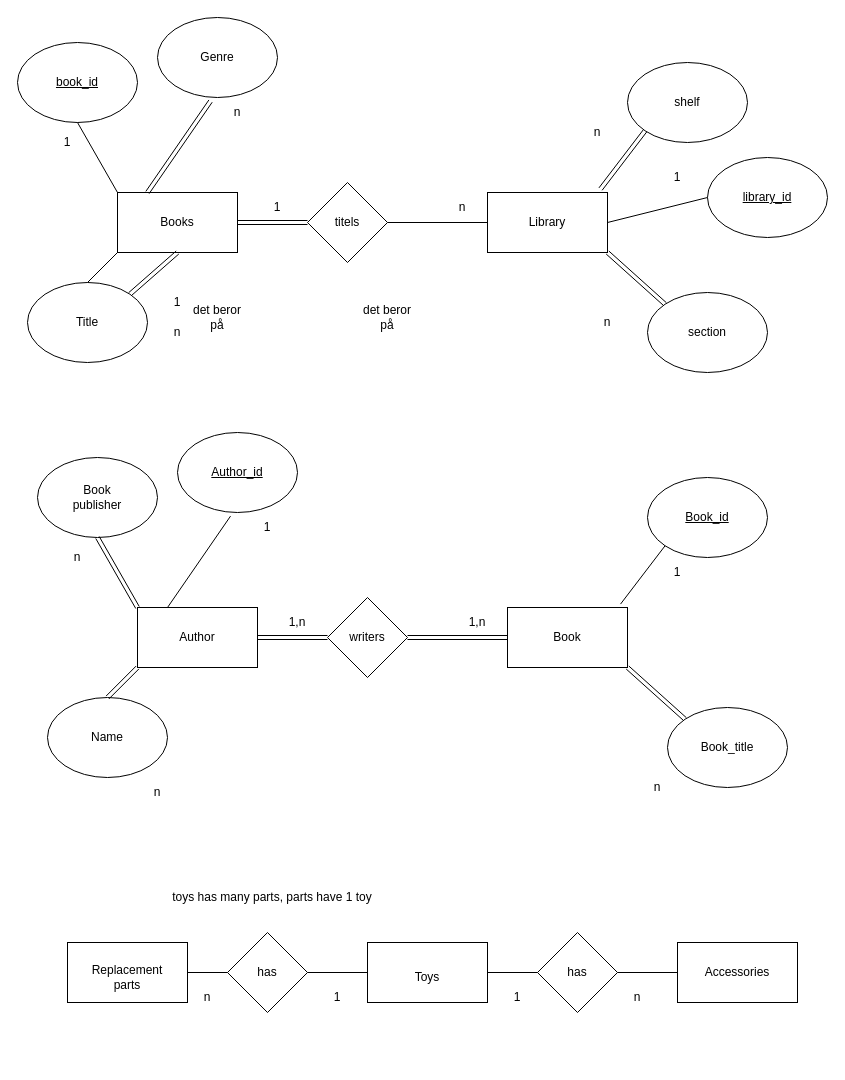
Before: n4d1.drawio in nscodechris/ER-modelling, a draw.io diagram. Source tidied: cells renumbered, new cells numbered last; positions are measured from the earlier drawing's top-left corner, leaving out a move shared by most shapes. Both pictures are drawn from the tidied source at 100%, with x=0, y=0 at pixel (17, 17).
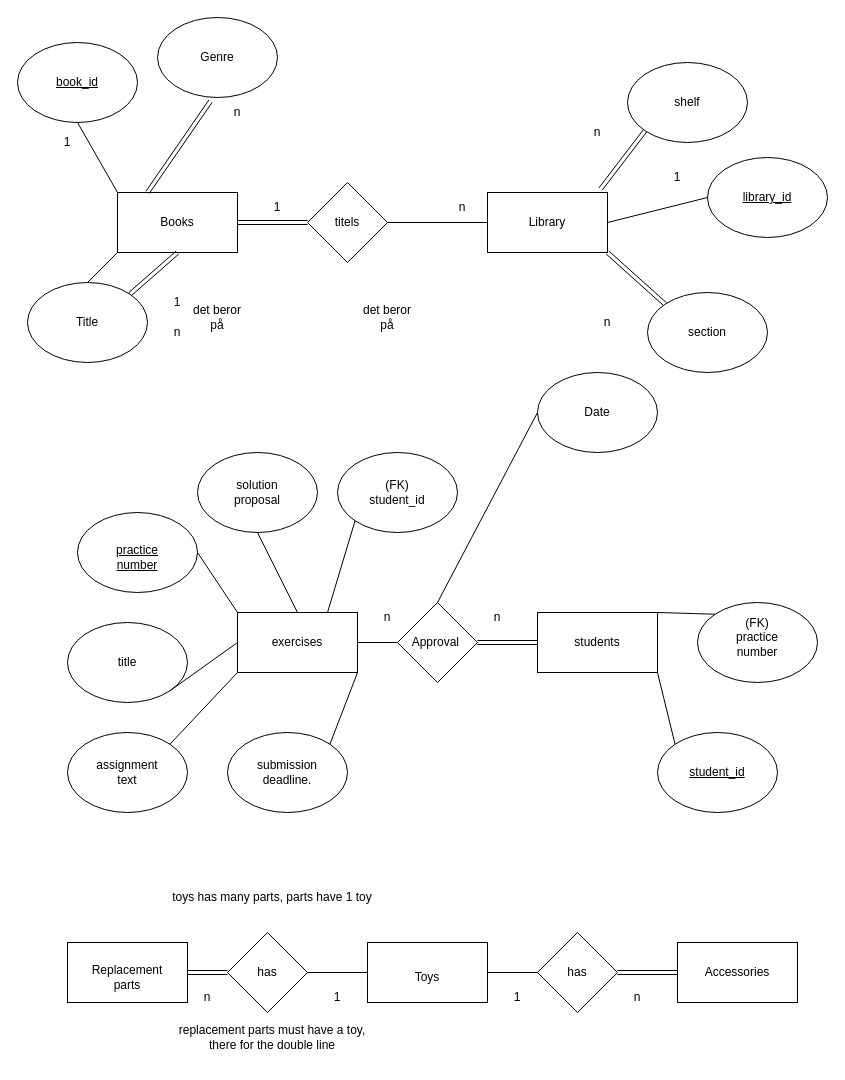
The same page after the edit.

The change refers to these unchanged cells:
```xml
<mxCell id="69" style="rhombus;whiteSpace=wrap;html=1;" parent="1" vertex="1">
  <mxGeometry x="210" y="915" width="80" height="80" as="geometry" />
</mxCell>
<mxCell id="70" style="rounded=0;whiteSpace=wrap;html=1;" parent="1" vertex="1">
  <mxGeometry x="50" y="925" width="120" height="60" as="geometry" />
</mxCell>
<mxCell id="71" style="rounded=0;whiteSpace=wrap;html=1;" parent="1" vertex="1">
  <mxGeometry x="660" y="925" width="120" height="60" as="geometry" />
</mxCell>
<mxCell id="73" style="rhombus;whiteSpace=wrap;html=1;" parent="1" vertex="1">
  <mxGeometry x="520" y="915" width="80" height="80" as="geometry" />
</mxCell>
```

Change to the diagram source:
```diff
@@
-    <mxCell id="25" style="rhombus;whiteSpace=wrap;html=1;" parent="1" vertex="1">
-      <mxGeometry x="310" y="580" width="80" height="80" as="geometry" />
-    </mxCell>
-    <mxCell id="26" style="ellipse;whiteSpace=wrap;html=1;" parent="1" vertex="1">
-      <mxGeometry x="20" y="440" width="120" height="80" as="geometry" />
-    </mxCell>
-    <mxCell id="27" style="endArrow=none;html=1;rounded=0;exitX=0;exitY=0.5;exitDx=0;exitDy=0;entryX=1;entryY=0.5;entryDx=0;entryDy=0;shape=link;" parent="1" edge="1" source="25" target="29">
-      <mxGeometry relative="1" as="geometry" />
-    </mxCell>
-    <mxCell id="28" style="endArrow=none;html=1;rounded=0;entryX=1;entryY=0.5;entryDx=0;entryDy=0;exitX=0;exitY=0.5;exitDx=0;exitDy=0;shape=link;" parent="1" edge="1" source="34" target="25">
-      <mxGeometry relative="1" as="geometry" />
-    </mxCell>
-    <mxCell id="29" style="rounded=0;whiteSpace=wrap;html=1;" parent="1" vertex="1">
-      <mxGeometry x="120" y="590" width="120" height="60" as="geometry" />
-    </mxCell>
-    <mxCell id="30" style="ellipse;whiteSpace=wrap;html=1;" parent="1" vertex="1">
-      <mxGeometry x="630" y="460" width="120" height="80" as="geometry" />
-    </mxCell>
-    <mxCell id="31" style="endArrow=none;html=1;rounded=0;exitX=0;exitY=0;exitDx=0;exitDy=0;entryX=0.5;entryY=1;entryDx=0;entryDy=0;shape=link;" parent="1" edge="1" source="29" target="26">
-      <mxGeometry relative="1" as="geometry" />
-    </mxCell>
-    <mxCell id="32" style="ellipse;whiteSpace=wrap;html=1;" parent="1" vertex="1">
-      <mxGeometry x="30" y="680" width="120" height="80" as="geometry" />
-    </mxCell>
-    <mxCell id="33" style="endArrow=none;html=1;rounded=0;entryX=0;entryY=1;entryDx=0;entryDy=0;exitX=0.5;exitY=0;exitDx=0;exitDy=0;shape=link;" parent="1" edge="1" source="32" target="29">
-      <mxGeometry relative="1" as="geometry" />
-    </mxCell>
-    <mxCell id="34" style="rounded=0;whiteSpace=wrap;html=1;" parent="1" vertex="1">
-      <mxGeometry x="490" y="590" width="120" height="60" as="geometry" />
-    </mxCell>
-    <mxCell id="35" style="endArrow=none;html=1;rounded=0;exitX=0.942;exitY=-0.057;exitDx=0;exitDy=0;exitPerimeter=0;entryX=0;entryY=1;entryDx=0;entryDy=0;" parent="1" edge="1" source="34" target="30">
-      <mxGeometry relative="1" as="geometry" />
-    </mxCell>
-    <mxCell id="36" style="ellipse;whiteSpace=wrap;html=1;" parent="1" vertex="1">
-      <mxGeometry x="650" y="690" width="120" height="80" as="geometry" />
-    </mxCell>
-    <mxCell id="37" style="endArrow=none;html=1;rounded=0;entryX=1;entryY=1;entryDx=0;entryDy=0;exitX=0;exitY=0;exitDx=0;exitDy=0;shape=link;" parent="1" edge="1" source="36" target="34">
-      <mxGeometry relative="1" as="geometry" />
-    </mxCell>
-    <mxCell id="38" value="Book" style="text;html=1;strokeColor=none;fillColor=none;align=center;verticalAlign=middle;whiteSpace=wrap;rounded=0;" parent="1" vertex="1">
-      <mxGeometry x="520" y="605" width="60" height="30" as="geometry" />
-    </mxCell>
-    <mxCell id="39" value="Book publisher" style="text;html=1;strokeColor=none;fillColor=none;align=center;verticalAlign=middle;whiteSpace=wrap;rounded=0;" parent="1" vertex="1">
-      <mxGeometry x="50" y="465" width="60" height="30" as="geometry" />
-    </mxCell>
-    <mxCell id="40" value="&lt;u&gt;Book_id&lt;/u&gt;" style="text;html=1;strokeColor=none;fillColor=none;align=center;verticalAlign=middle;whiteSpace=wrap;rounded=0;" parent="1" vertex="1">
-      <mxGeometry x="660" y="485" width="60" height="30" as="geometry" />
-    </mxCell>
-    <mxCell id="41" value="Name" style="text;html=1;strokeColor=none;fillColor=none;align=center;verticalAlign=middle;whiteSpace=wrap;rounded=0;" parent="1" vertex="1">
-      <mxGeometry x="60" y="705" width="60" height="30" as="geometry" />
-    </mxCell>
-    <mxCell id="42" value="Author" style="text;html=1;strokeColor=none;fillColor=none;align=center;verticalAlign=middle;whiteSpace=wrap;rounded=0;" parent="1" vertex="1">
-      <mxGeometry x="150" y="605" width="60" height="30" as="geometry" />
-    </mxCell>
-    <mxCell id="43" value="writers" style="text;html=1;strokeColor=none;fillColor=none;align=center;verticalAlign=middle;whiteSpace=wrap;rounded=0;" parent="1" vertex="1">
-      <mxGeometry x="320" y="605" width="60" height="30" as="geometry" />
-    </mxCell>
-    <mxCell id="44" value="Book_title" style="text;html=1;strokeColor=none;fillColor=none;align=center;verticalAlign=middle;whiteSpace=wrap;rounded=0;" parent="1" vertex="1">
-      <mxGeometry x="680" y="715" width="60" height="30" as="geometry" />
-    </mxCell>
-    <mxCell id="45" style="ellipse;whiteSpace=wrap;html=1;gradientColor=none;" parent="1" vertex="1">
-      <mxGeometry x="160" y="415" width="120" height="80" as="geometry" />
-    </mxCell>
-    <mxCell id="46" value="&lt;u&gt;Author_id&lt;/u&gt;" style="text;html=1;strokeColor=none;fillColor=none;align=center;verticalAlign=middle;whiteSpace=wrap;rounded=0;" parent="1" vertex="1">
-      <mxGeometry x="190" y="440" width="60" height="30" as="geometry" />
-    </mxCell>
-    <mxCell id="47" style="endArrow=none;html=1;rounded=0;entryX=0.442;entryY=1.045;entryDx=0;entryDy=0;entryPerimeter=0;exitX=0.25;exitY=0;exitDx=0;exitDy=0;" parent="1" edge="1" source="29" target="45">
-      <mxGeometry relative="1" as="geometry" />
-    </mxCell>
@@
-    <mxCell id="53" value="1,n" style="text;html=1;strokeColor=none;fillColor=none;align=center;verticalAlign=middle;whiteSpace=wrap;rounded=0;" parent="1" vertex="1">
-      <mxGeometry x="250" y="590" width="60" height="30" as="geometry" />
-    </mxCell>
-    <mxCell id="54" value="1,n" style="text;html=1;strokeColor=none;fillColor=none;align=center;verticalAlign=middle;whiteSpace=wrap;rounded=0;" parent="1" vertex="1">
-      <mxGeometry x="430" y="590" width="60" height="30" as="geometry" />
-    </mxCell>
@@
-    <mxCell id="63" value="n" style="text;html=1;strokeColor=none;fillColor=none;align=center;verticalAlign=middle;whiteSpace=wrap;rounded=0;" parent="1" vertex="1">
-      <mxGeometry x="110" y="760" width="60" height="30" as="geometry" />
-    </mxCell>
-    <mxCell id="64" value="n" style="text;html=1;strokeColor=none;fillColor=none;align=center;verticalAlign=middle;whiteSpace=wrap;rounded=0;" parent="1" vertex="1">
-      <mxGeometry x="30" y="525" width="60" height="30" as="geometry" />
-    </mxCell>
-    <mxCell id="65" value="n" style="text;html=1;strokeColor=none;fillColor=none;align=center;verticalAlign=middle;whiteSpace=wrap;rounded=0;" parent="1" vertex="1">
-      <mxGeometry x="610" y="755" width="60" height="30" as="geometry" />
-    </mxCell>
-    <mxCell id="66" value="1" style="text;html=1;strokeColor=none;fillColor=none;align=center;verticalAlign=middle;whiteSpace=wrap;rounded=0;" parent="1" vertex="1">
-      <mxGeometry x="220" y="495" width="60" height="30" as="geometry" />
-    </mxCell>
-    <mxCell id="67" value="1" style="text;html=1;strokeColor=none;fillColor=none;align=center;verticalAlign=middle;whiteSpace=wrap;rounded=0;" parent="1" vertex="1">
-      <mxGeometry x="630" y="540" width="60" height="30" as="geometry" />
-    </mxCell>
@@
-    <mxCell id="77" style="endArrow=none;html=1;rounded=0;entryX=0;entryY=0.5;entryDx=0;entryDy=0;exitX=1;exitY=0.5;exitDx=0;exitDy=0;" parent="1" edge="1" source="70" target="69">
+    <mxCell id="77" style="endArrow=none;html=1;rounded=0;entryX=0;entryY=0.5;entryDx=0;entryDy=0;exitX=1;exitY=0.5;exitDx=0;exitDy=0;shape=link;" parent="1" edge="1" source="70" target="69">
       <mxGeometry relative="1" as="geometry" />
     </mxCell>
@@
-    <mxCell id="84" style="endArrow=none;html=1;rounded=0;entryX=0;entryY=0.5;entryDx=0;entryDy=0;exitX=1;exitY=0.5;exitDx=0;exitDy=0;" parent="1" edge="1" source="73" target="71">
+    <mxCell id="84" style="endArrow=none;html=1;rounded=0;entryX=0;entryY=0.5;entryDx=0;entryDy=0;exitX=1;exitY=0.5;exitDx=0;exitDy=0;shape=link;" parent="1" edge="1" source="73" target="71">
       <mxGeometry relative="1" as="geometry" />
     </mxCell>
@@
+    <mxCell id="89" value="replacement parts must have a toy, there for the double line" style="text;html=1;strokeColor=none;fillColor=none;align=center;verticalAlign=middle;whiteSpace=wrap;rounded=0;" parent="1" vertex="1">
+      <mxGeometry x="150" y="995" width="210" height="50" as="geometry" />
+    </mxCell>
+    <mxCell id="90" style="rounded=0;whiteSpace=wrap;html=1;" parent="1" vertex="1">
+      <mxGeometry x="220" y="595" width="120" height="60" as="geometry" />
+    </mxCell>
+    <mxCell id="91" style="rounded=0;whiteSpace=wrap;html=1;" parent="1" vertex="1">
+      <mxGeometry x="520" y="595" width="120" height="60" as="geometry" />
+    </mxCell>
+    <mxCell id="92" value="students" style="text;html=1;strokeColor=none;fillColor=none;align=center;verticalAlign=middle;whiteSpace=wrap;rounded=0;" parent="1" vertex="1">
+      <mxGeometry x="550" y="610" width="60" height="30" as="geometry" />
+    </mxCell>
+    <mxCell id="93" value="exercises" style="text;html=1;strokeColor=none;fillColor=none;align=center;verticalAlign=middle;whiteSpace=wrap;rounded=0;" parent="1" vertex="1">
+      <mxGeometry x="250" y="610" width="60" height="30" as="geometry" />
+    </mxCell>
+    <mxCell id="94" style="endArrow=none;html=1;rounded=0;entryX=0;entryY=0.5;entryDx=0;entryDy=0;exitX=1;exitY=0.5;exitDx=0;exitDy=0;shape=link;" parent="1" edge="1" target="91">
+      <mxGeometry relative="1" as="geometry">
+        <mxPoint x="460" y="625" as="sourcePoint" />
+      </mxGeometry>
+    </mxCell>
+    <mxCell id="95" style="rhombus;whiteSpace=wrap;html=1;" parent="1" vertex="1">
+      <mxGeometry x="380" y="585" width="80" height="80" as="geometry" />
+    </mxCell>
+    <mxCell id="96" style="ellipse;whiteSpace=wrap;html=1;" parent="1" vertex="1">
+      <mxGeometry x="60" y="495" width="120" height="80" as="geometry" />
+    </mxCell>
+    <mxCell id="97" value="&lt;u&gt;practice number&lt;/u&gt;" style="text;html=1;strokeColor=none;fillColor=none;align=center;verticalAlign=middle;whiteSpace=wrap;rounded=0;" parent="1" vertex="1">
+      <mxGeometry x="90" y="525" width="60" height="30" as="geometry" />
+    </mxCell>
+    <mxCell id="98" style="endArrow=none;html=1;rounded=0;entryX=0;entryY=0.5;entryDx=0;entryDy=0;exitX=1;exitY=0.5;exitDx=0;exitDy=0;" parent="1" edge="1" source="90" target="95">
+      <mxGeometry relative="1" as="geometry" />
+    </mxCell>
+    <mxCell id="99" style="endArrow=none;html=1;rounded=0;exitX=1;exitY=0.5;exitDx=0;exitDy=0;entryX=0;entryY=0;entryDx=0;entryDy=0;" parent="1" edge="1" source="96" target="90">
+      <mxGeometry relative="1" as="geometry" />
+    </mxCell>
+    <mxCell id="100" style="ellipse;whiteSpace=wrap;html=1;" parent="1" vertex="1">
+      <mxGeometry x="50" y="605" width="120" height="80" as="geometry" />
+    </mxCell>
+    <mxCell id="101" value="title" style="text;html=1;strokeColor=none;fillColor=none;align=center;verticalAlign=middle;whiteSpace=wrap;rounded=0;" parent="1" vertex="1">
+      <mxGeometry x="80" y="630" width="60" height="30" as="geometry" />
+    </mxCell>
+    <mxCell id="102" value="n" style="text;html=1;strokeColor=none;fillColor=none;align=center;verticalAlign=middle;whiteSpace=wrap;rounded=0;" parent="1" vertex="1">
+      <mxGeometry x="340" y="585" width="60" height="30" as="geometry" />
+    </mxCell>
+    <mxCell id="103" value="n" style="text;html=1;strokeColor=none;fillColor=none;align=center;verticalAlign=middle;whiteSpace=wrap;rounded=0;" parent="1" vertex="1">
+      <mxGeometry x="450" y="585" width="60" height="30" as="geometry" />
+    </mxCell>
+    <mxCell id="104" style="ellipse;whiteSpace=wrap;html=1;" parent="1" vertex="1">
+      <mxGeometry x="50" y="715" width="120" height="80" as="geometry" />
+    </mxCell>
+    <mxCell id="105" value="assignment text" style="text;html=1;strokeColor=none;fillColor=none;align=center;verticalAlign=middle;whiteSpace=wrap;rounded=0;" parent="1" vertex="1">
+      <mxGeometry x="80" y="740" width="60" height="30" as="geometry" />
+    </mxCell>
+    <mxCell id="106" style="ellipse;whiteSpace=wrap;html=1;" parent="1" vertex="1">
+      <mxGeometry x="210" y="715" width="120" height="80" as="geometry" />
+    </mxCell>
+    <mxCell id="107" value="submission deadline." style="text;html=1;strokeColor=none;fillColor=none;align=center;verticalAlign=middle;whiteSpace=wrap;rounded=0;" parent="1" vertex="1">
+      <mxGeometry x="240" y="740" width="60" height="30" as="geometry" />
+    </mxCell>
+    <mxCell id="108" style="ellipse;whiteSpace=wrap;html=1;" parent="1" vertex="1">
+      <mxGeometry x="180" y="435" width="120" height="80" as="geometry" />
+    </mxCell>
+    <mxCell id="109" value=" solution proposal" style="text;html=1;strokeColor=none;fillColor=none;align=center;verticalAlign=middle;whiteSpace=wrap;rounded=0;" parent="1" vertex="1">
+      <mxGeometry x="210" y="460" width="60" height="30" as="geometry" />
+    </mxCell>
+    <mxCell id="110" style="ellipse;whiteSpace=wrap;html=1;" parent="1" vertex="1">
+      <mxGeometry x="520" y="355" width="120" height="80" as="geometry" />
+    </mxCell>
+    <mxCell id="111" style="ellipse;whiteSpace=wrap;html=1;" parent="1" vertex="1">
+      <mxGeometry x="640" y="715" width="120" height="80" as="geometry" />
+    </mxCell>
+    <mxCell id="112" value="&lt;u&gt; student_id&lt;/u&gt;" style="text;html=1;strokeColor=none;fillColor=none;align=center;verticalAlign=middle;whiteSpace=wrap;rounded=0;" parent="1" vertex="1">
+      <mxGeometry x="670" y="740" width="60" height="30" as="geometry" />
+    </mxCell>
+    <mxCell id="113" style="ellipse;whiteSpace=wrap;html=1;" parent="1" vertex="1">
+      <mxGeometry x="680" y="585" width="120" height="80" as="geometry" />
+    </mxCell>
+    <mxCell id="114" style="endArrow=none;html=1;rounded=0;exitX=0.5;exitY=1;exitDx=0;exitDy=0;entryX=0.5;entryY=0;entryDx=0;entryDy=0;" parent="1" edge="1" source="108" target="90">
+      <mxGeometry relative="1" as="geometry" />
+    </mxCell>
+    <mxCell id="115" style="endArrow=none;html=1;rounded=0;exitX=1;exitY=1;exitDx=0;exitDy=0;entryX=0;entryY=0.5;entryDx=0;entryDy=0;" parent="1" edge="1" source="100" target="90">
+      <mxGeometry relative="1" as="geometry" />
+    </mxCell>
+    <mxCell id="116" style="endArrow=none;html=1;rounded=0;exitX=1;exitY=1;exitDx=0;exitDy=0;entryX=1;entryY=0;entryDx=0;entryDy=0;" parent="1" edge="1" source="90" target="106">
+      <mxGeometry relative="1" as="geometry" />
+    </mxCell>
+    <mxCell id="117" style="endArrow=none;html=1;rounded=0;exitX=1;exitY=0;exitDx=0;exitDy=0;entryX=0;entryY=1;entryDx=0;entryDy=0;" parent="1" edge="1" source="104" target="90">
+      <mxGeometry relative="1" as="geometry" />
+    </mxCell>
+    <mxCell id="118" style="endArrow=none;html=1;rounded=0;exitX=0;exitY=0.5;exitDx=0;exitDy=0;entryX=0.5;entryY=0;entryDx=0;entryDy=0;" parent="1" edge="1" source="110" target="95">
+      <mxGeometry relative="1" as="geometry" />
+    </mxCell>
+    <mxCell id="119" style="endArrow=none;html=1;rounded=0;exitX=1;exitY=1;exitDx=0;exitDy=0;entryX=0;entryY=0;entryDx=0;entryDy=0;" parent="1" edge="1" source="91" target="111">
+      <mxGeometry relative="1" as="geometry" />
+    </mxCell>
+    <mxCell id="120" value="(FK) practice number" style="text;html=1;strokeColor=none;fillColor=none;align=center;verticalAlign=middle;whiteSpace=wrap;rounded=0;" parent="1" vertex="1">
+      <mxGeometry x="710" y="605" width="60" height="30" as="geometry" />
+    </mxCell>
+    <mxCell id="121" style="endArrow=none;html=1;rounded=0;exitX=0;exitY=0;exitDx=0;exitDy=0;entryX=1;entryY=0;entryDx=0;entryDy=0;" parent="1" edge="1" source="113" target="91">
+      <mxGeometry relative="1" as="geometry" />
+    </mxCell>
+    <mxCell id="122" style="ellipse;whiteSpace=wrap;html=1;" parent="1" vertex="1">
+      <mxGeometry x="320" y="435" width="120" height="80" as="geometry" />
+    </mxCell>
+    <mxCell id="123" value="(FK) student_id" style="text;html=1;strokeColor=none;fillColor=none;align=center;verticalAlign=middle;whiteSpace=wrap;rounded=0;" parent="1" vertex="1">
+      <mxGeometry x="350" y="460" width="60" height="30" as="geometry" />
+    </mxCell>
+    <mxCell id="124" style="endArrow=none;html=1;rounded=0;exitX=0;exitY=1;exitDx=0;exitDy=0;entryX=0.75;entryY=0;entryDx=0;entryDy=0;" parent="1" edge="1" source="122" target="90">
+      <mxGeometry relative="1" as="geometry" />
+    </mxCell>
+    <mxCell id="125" value="Date" style="text;html=1;strokeColor=none;fillColor=none;align=center;verticalAlign=middle;whiteSpace=wrap;rounded=0;" parent="1" vertex="1">
+      <mxGeometry x="550" y="380" width="60" height="30" as="geometry" />
+    </mxCell>
+    <mxCell id="126" value="Approval&amp;nbsp;" style="text;html=1;strokeColor=none;fillColor=none;align=center;verticalAlign=middle;whiteSpace=wrap;rounded=0;" parent="1" vertex="1">
+      <mxGeometry x="390" y="610" width="60" height="30" as="geometry" />
+    </mxCell>
```
